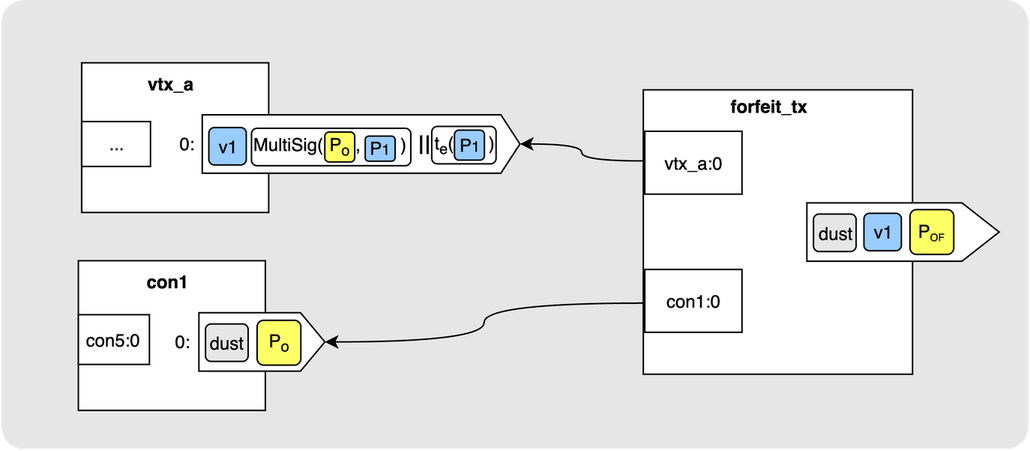
ellemouton/website keeps this draw.io diagram as static/ark/forfeit-tx-structure.png. Above is the earlier version. Source tidied: cells renumbered, new cells last; positions are measured from the earlier drawing's top-left corner, leaving out a move shared by most shapes.
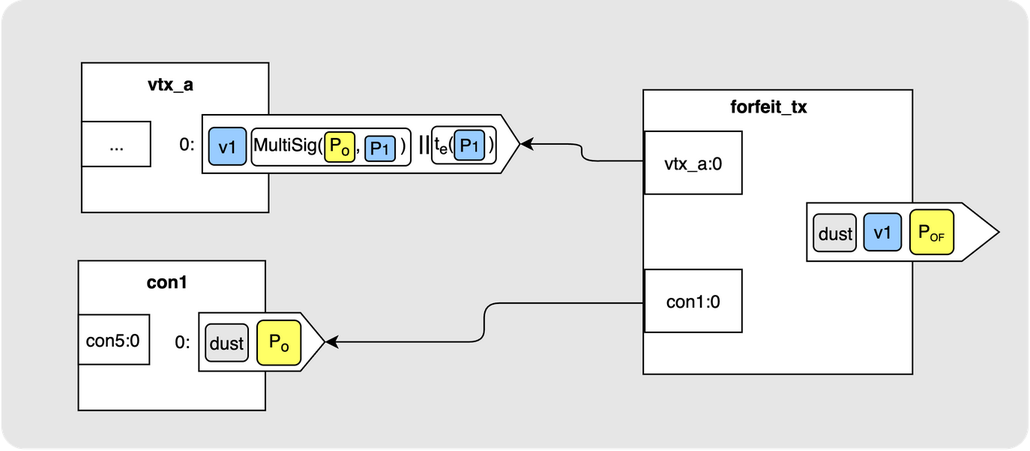
After the change.

Commit message:
static: match forfeit transaction arrows to the other diagrams

It was the only diagram using curved edges. Now orthogonal with rounded
corners, like every other diagram in the post.

Change to the diagram source:
```diff
@@ -5,10 +5,10 @@
     <mxCell id="2" style="rounded=1;whiteSpace=wrap;html=1;strokeColor=none;fillColor=#E6E6E6;arcSize=5;" parent="1" vertex="1">
       <mxGeometry y="10" width="686.5" height="300" as="geometry" />
     </mxCell>
-    <mxCell id="3" style="edgeStyle=orthogonalEdgeStyle;jettySize=auto;html=1;exitX=0;exitY=0.25;exitDx=0;exitDy=0;entryX=0.5;entryY=1;entryDx=0;entryDy=0;curved=1;" parent="1" edge="1" source="5" target="7">
+    <mxCell id="3" style="edgeStyle=orthogonalEdgeStyle;jettySize=auto;html=1;exitX=0;exitY=0.25;exitDx=0;exitDy=0;entryX=0.5;entryY=1;entryDx=0;entryDy=0;rounded=1;" parent="1" edge="1" source="5" target="7">
       <mxGeometry relative="1" as="geometry" />
     </mxCell>
-    <mxCell id="4" style="edgeStyle=orthogonalEdgeStyle;jettySize=auto;html=1;exitX=0;exitY=0.75;exitDx=0;exitDy=0;entryX=0.5;entryY=1;entryDx=0;entryDy=0;curved=1;" parent="1" edge="1" source="5" target="21">
+    <mxCell id="4" style="edgeStyle=orthogonalEdgeStyle;jettySize=auto;html=1;exitX=0;exitY=0.75;exitDx=0;exitDy=0;entryX=0.5;entryY=1;entryDx=0;entryDy=0;rounded=1;" parent="1" edge="1" source="5" target="21">
       <mxGeometry relative="1" as="geometry" />
     </mxCell>
     <mxCell id="5" style="rounded=0;whiteSpace=wrap;html=1;" parent="1" vertex="1">
```
